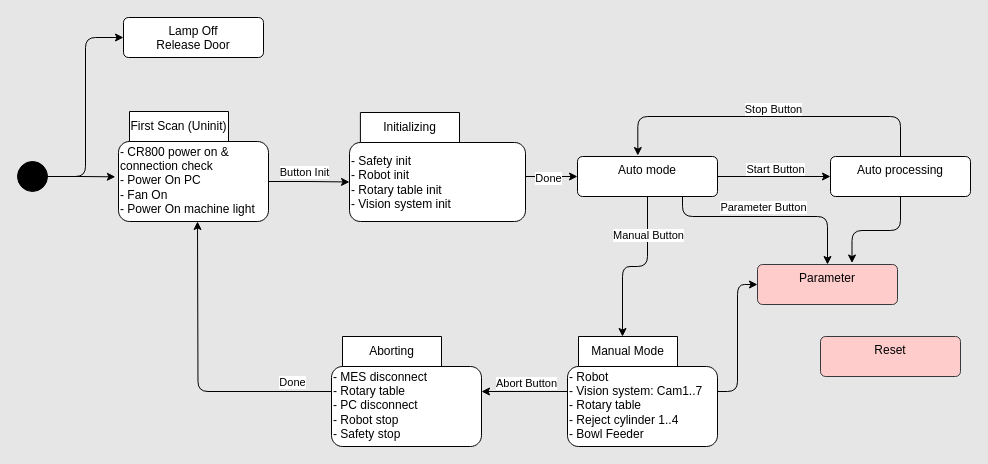
Before: page "Overview State Machine Diagram" (1 of 4) of Untitled Diagram.drawio in huyjim1996/AOI-Machine, a draw.io diagram. Source tidied: cells renumbered, new cells numbered last; positions are measured from the earlier drawing's top-left corner, leaving out a move shared by most shapes. Both pictures are drawn from the tidied source at 100%, with x=0, y=0 at pixel (17, 17).
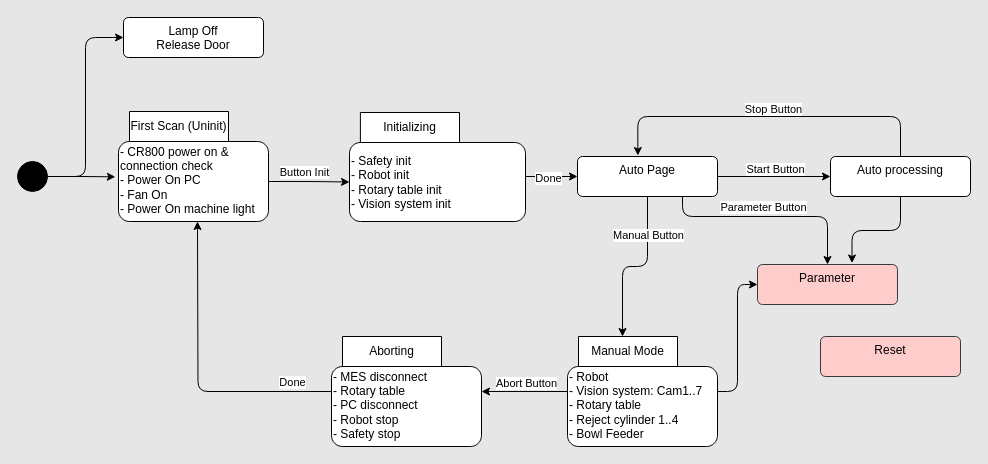
The same page after the edit.

What changed in the source:
```diff
@@
-    <mxCell id="15" value="Auto mode" style="html=1;align=center;verticalAlign=top;rounded=1;absoluteArcSize=1;arcSize=10;dashed=0;whiteSpace=wrap;" parent="1" vertex="1">
+    <mxCell id="15" value="Auto Page" style="html=1;align=center;verticalAlign=top;rounded=1;absoluteArcSize=1;arcSize=10;dashed=0;whiteSpace=wrap;" parent="1" vertex="1">
       <mxGeometry x="560" y="139" width="140" height="40" as="geometry" />
     </mxCell>
```
